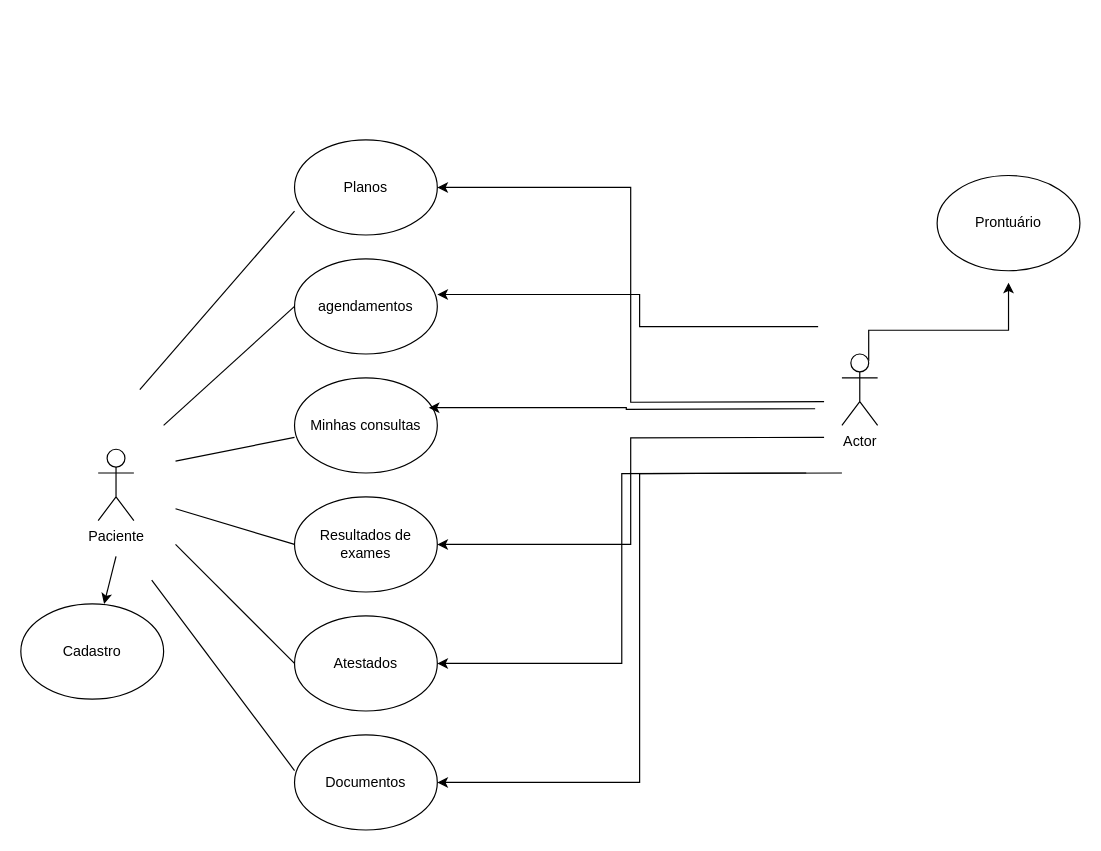
Before: page "Página-4" (4 of 4) of Diagrama sem nome.drawio in Anthony-zzz/diagramasderequisitos, a draw.io diagram. Source tidied: cells renumbered, new cells numbered last; positions are measured from the earlier drawing's top-left corner, leaving out a move shared by most shapes. Both pictures are drawn from the tidied source at 119%, with x=0, y=0 at pixel (20, 139).
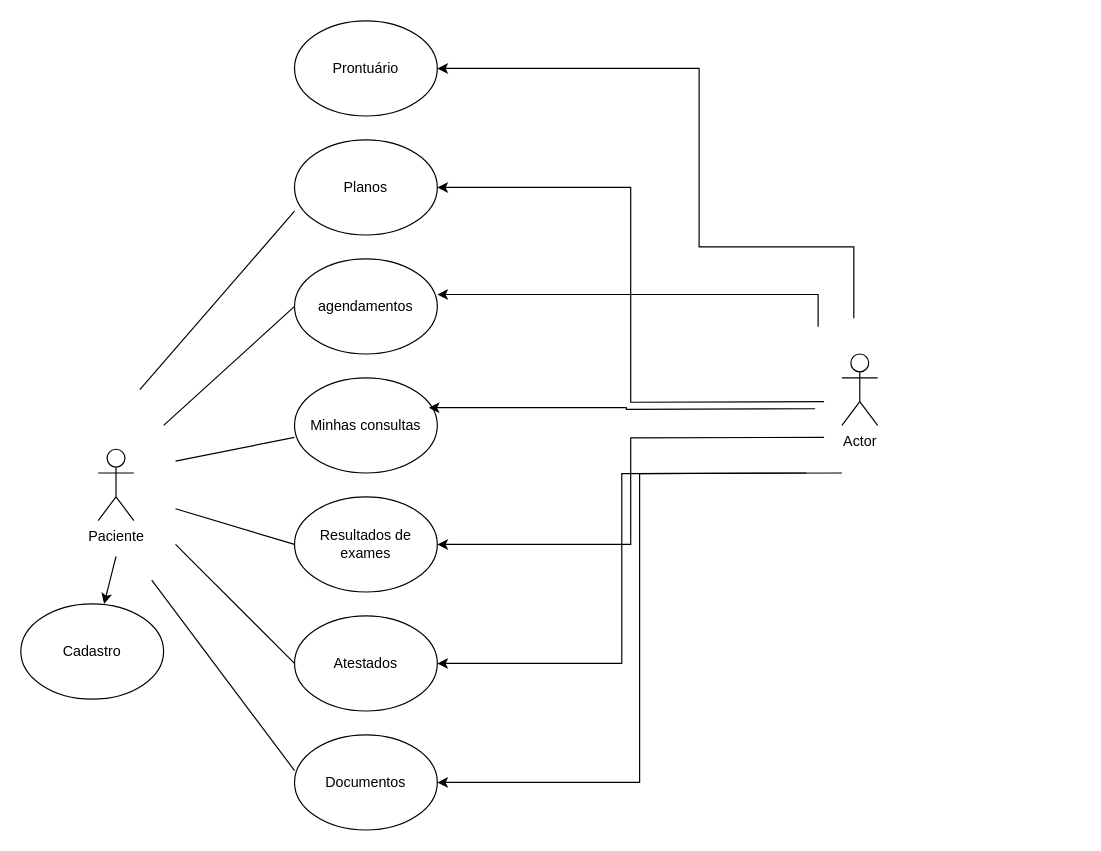
After the change.

The change refers to these unchanged cells:
```xml
<mxCell id="5" value="agendamentos" style="ellipse;whiteSpace=wrap;html=1;" parent="1" vertex="1">
  <mxGeometry x="230" y="100" width="120" height="80" as="geometry" />
</mxCell>
<mxCell id="24" value="Actor" style="shape=umlActor;verticalLabelPosition=bottom;verticalAlign=top;html=1;outlineConnect=0;" parent="1" vertex="1">
  <mxGeometry x="690" y="180" width="30" height="60" as="geometry" />
</mxCell>
```

What changed in the source:
```diff
@@
     <mxCell id="18" style="edgeStyle=orthogonalEdgeStyle;rounded=0;jettySize=auto;html=1;entryX=1;entryY=0.375;entryDx=0;entryDy=0;entryPerimeter=0;" parent="1" edge="1" target="5">
       <mxGeometry relative="1" as="geometry">
         <mxPoint x="670" y="157" as="sourcePoint" />
         <Array as="points">
-          <mxPoint x="520" y="157" />
-          <mxPoint x="520" y="130" />
+          <mxPoint x="670" y="130" />
         </Array>
       </mxGeometry>
     </mxCell>
@@
-    <mxCell id="23" style="edgeStyle=orthogonalEdgeStyle;rounded=0;jettySize=auto;html=1;exitX=0.75;exitY=0.1;exitDx=0;exitDy=0;exitPerimeter=0;" parent="1" edge="1" source="24">
+    <mxCell id="23" style="edgeStyle=orthogonalEdgeStyle;rounded=0;jettySize=auto;html=1;entryX=1;entryY=0.5;entryDx=0;entryDy=0;entryPerimeter=0;" parent="1" edge="1" target="25">
       <mxGeometry relative="1" as="geometry">
-        <mxPoint x="830" y="120" as="targetPoint" />
+        <mxPoint x="700" y="150" as="sourcePoint" />
         <Array as="points">
-          <mxPoint x="712" y="160" />
-          <mxPoint x="830" y="160" />
+          <mxPoint x="700" y="90" />
+          <mxPoint x="570" y="90" />
+          <mxPoint x="570" y="-60" />
         </Array>
       </mxGeometry>
     </mxCell>
@@
     <mxCell id="25" value="Prontuário" style="ellipse;whiteSpace=wrap;html=1;" parent="1" vertex="1">
-      <mxGeometry x="770" y="30" width="120" height="80" as="geometry" />
+      <mxGeometry x="230" y="-100" width="120" height="80" as="geometry" />
     </mxCell>
```
